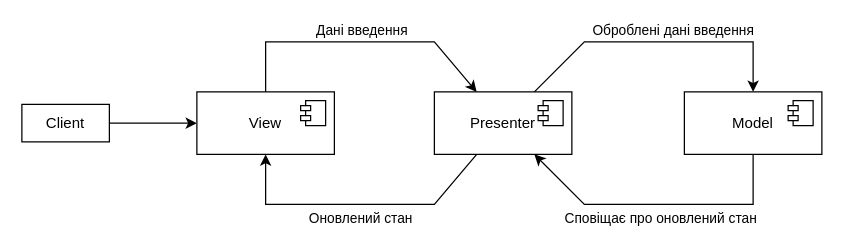
Earlier version of the draw.io diagram diagrams/architectural/1mvp.drawio (Vlas1d/BasePatterns). Source tidied: cells renumbered, new cells numbered last; positions are measured from the earlier drawing's top-left corner, leaving out a move shared by most shapes. Both pictures are drawn from the tidied source at 125%, with x=0, y=0 at pixel (21, 41).
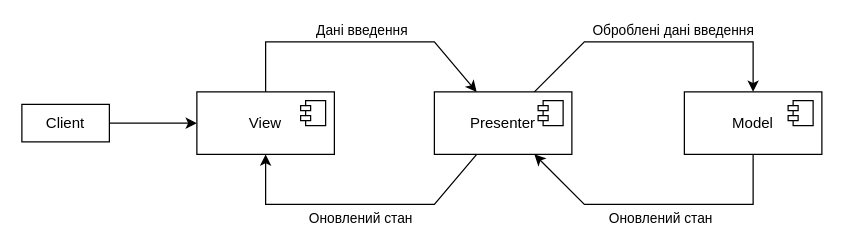
The same page after the edit.

Unchanged cells that the change refers to:
```xml
<mxCell id="16" style="endArrow=classic;html=1;rounded=0;" parent="1" edge="1" source="2" target="6">
  <mxGeometry relative="1" as="geometry">
    <Array as="points">
      <mxPoint x="585" y="130" />
      <mxPoint x="450" y="130" />
    </Array>
  </mxGeometry>
</mxCell>
```

Change to the diagram source:
```diff
@@
-    <mxCell id="17" value="Сповіщає про оновлений стан" style="edgeLabel;html=1;align=center;verticalAlign=middle;" parent="16" vertex="1">
+    <mxCell id="17" value="Оновлений стан" style="edgeLabel;html=1;align=center;verticalAlign=middle;" parent="16" vertex="1">
       <mxGeometry x="0.38" y="4" relative="1" as="geometry">
         <mxPoint x="45" y="6" as="offset" />
       </mxGeometry>
     </mxCell>
```
